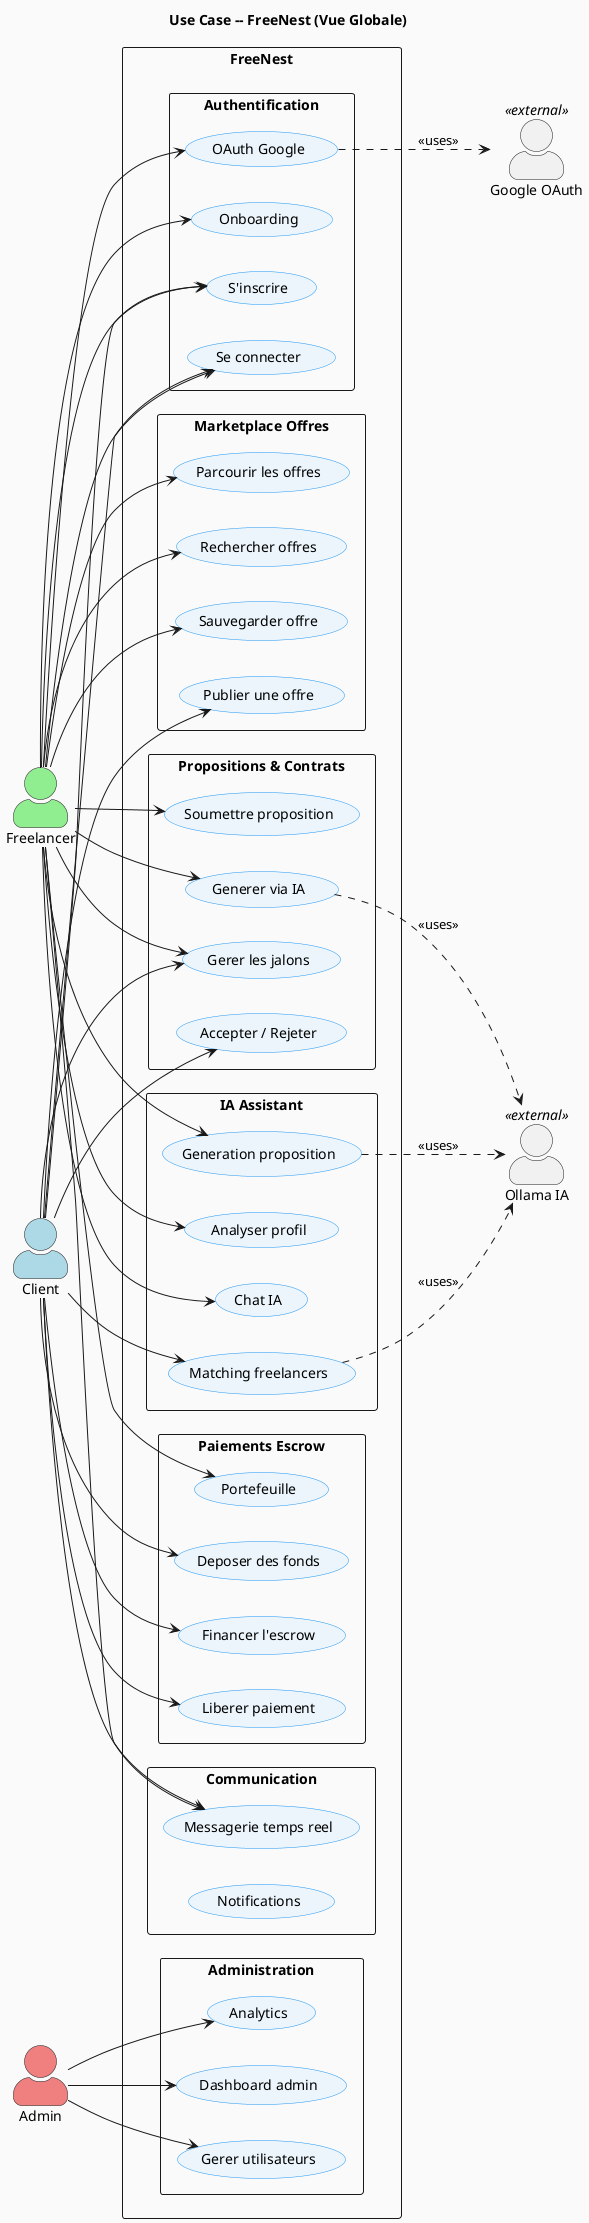
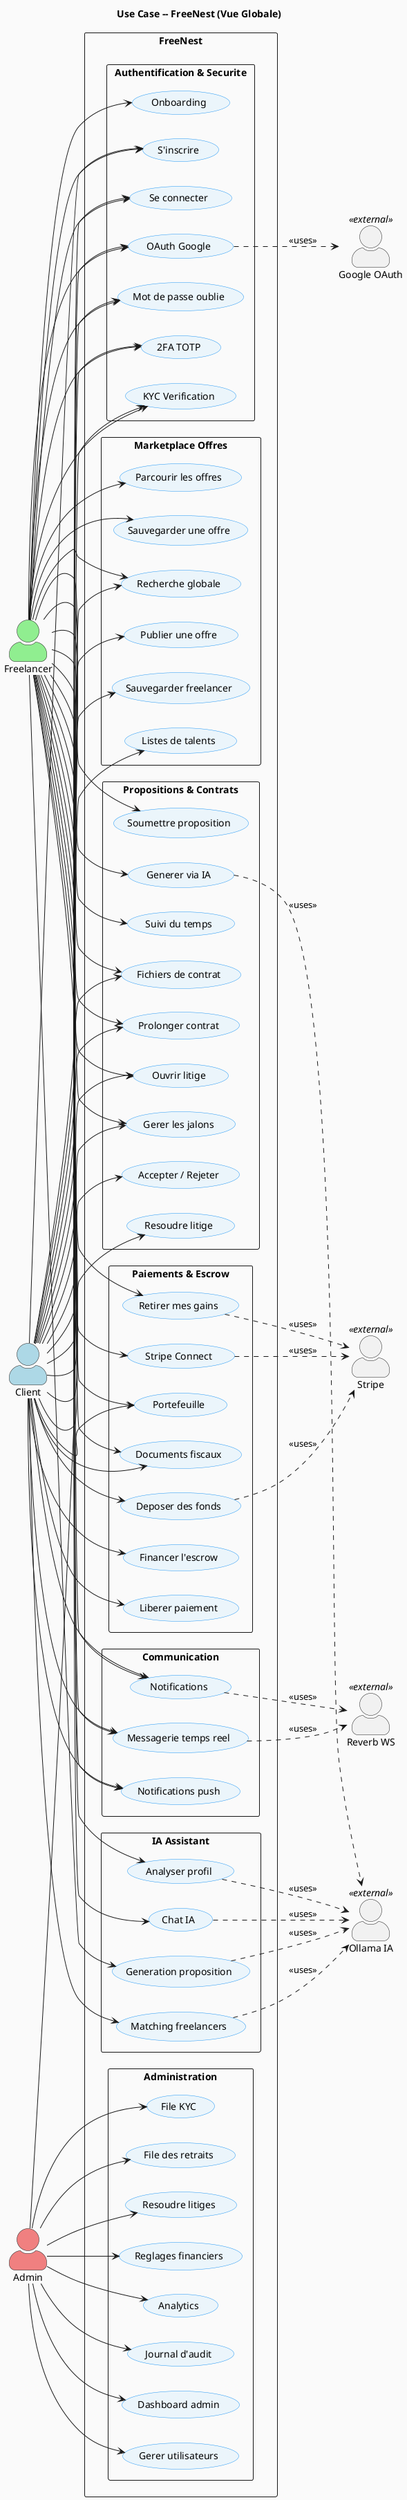
@startuml
skinparam backgroundColor #FAFAFA
skinparam actorStyle awesome
skinparam usecase {
  BackgroundColor #EBF5FB
  BorderColor #2196F3
}
skinparam packageStyle rectangle
left to right direction
title Use Case -- FreeNest (Vue Globale)

- actor "Freelancer" as FL #LightGreen
- actor "Client"     as CL #LightBlue
- actor "Admin"      as ADM #LightCoral
- actor "Google OAuth" as G <<external>>
- actor "Ollama IA"    as AI <<external>>
+ actor "Freelancer"   as FL  #LightGreen
+ actor "Client"       as CL  #LightBlue
+ actor "Admin"        as ADM #LightCoral
+ actor "Google OAuth" as G   <<external>>
+ actor "Stripe"       as STR <<external>>
+ actor "Reverb WS"    as RVB <<external>>
+ actor "Ollama IA"    as AI  <<external>>

rectangle "FreeNest" {
-   package "Authentification" {
-     (S'inscrire) as REG
-     (Se connecter) as LOGIN
-     (OAuth Google) as GOAUTH
-     (Onboarding) as ONBOARD
+   package "Authentification & Securite" {
+     (S'inscrire)              as REG
+     (Se connecter)            as LOGIN
+     (OAuth Google)            as GOAUTH
+     (Mot de passe oublie)     as FORGOT
+     (2FA TOTP)                as TFA
+     (KYC Verification)        as KYC
+     (Onboarding)              as ONBOARD
  }
  package "Marketplace Offres" {
-     (Publier une offre) as POST
-     (Parcourir les offres) as BROWSE
-     (Rechercher offres) as SEARCH
-     (Sauvegarder offre) as SAVE
+     (Publier une offre)       as POST
+     (Parcourir les offres)    as BROWSE
+     (Recherche globale)       as SEARCH
+     (Sauvegarder une offre)   as SAVEJ
+     (Sauvegarder freelancer)  as SAVEF
+     (Listes de talents)       as TLIST
  }
  package "Propositions & Contrats" {
-     (Soumettre proposition) as SUBMIT
-     (Generer via IA) as AIPR
-     (Accepter / Rejeter) as ACCEPT
-     (Gerer les jalons) as MILE
+     (Soumettre proposition)   as SUBMIT
+     (Generer via IA)          as AIPR
+     (Accepter / Rejeter)      as ACCEPT
+     (Gerer les jalons)        as MILE
+     (Suivi du temps)          as TIME
+     (Fichiers de contrat)     as CFILE
+     (Prolonger contrat)       as EXT
+     (Ouvrir litige)           as DISP
+     (Resoudre litige)         as RDISP
  }
-   package "Paiements Escrow" {
-     (Deposer des fonds) as DEP
-     (Financer l'escrow) as ESC
-     (Liberer paiement) as REL
-     (Portefeuille) as WAL
+   package "Paiements & Escrow" {
+     (Deposer des fonds)       as DEP
+     (Financer l'escrow)       as ESC
+     (Liberer paiement)        as REL
+     (Portefeuille)            as WAL
+     (Retirer mes gains)       as WD
+     (Stripe Connect)          as SC
+     (Documents fiscaux)       as TAX
  }
  package "Communication" {
-     (Messagerie temps reel) as MSG
-     (Notifications) as NOTIF
+     (Messagerie temps reel)   as MSG
+     (Notifications)           as NOTIF
+     (Notifications push)      as PUSH
  }
  package "IA Assistant" {
-     (Generation proposition) as GEN
-     (Matching freelancers) as MATCH
-     (Analyser profil) as ANAL
-     (Chat IA) as CHAT
+     (Generation proposition)  as GEN
+     (Matching freelancers)    as MATCH
+     (Analyser profil)         as ANAL
+     (Chat IA)                 as CHAT
  }
  package "Administration" {
-     (Dashboard admin) as DASH
-     (Gerer utilisateurs) as USERS
-     (Analytics) as ANALY
+     (Dashboard admin)         as DASH
+     (Gerer utilisateurs)      as USERS
+     (File KYC)                as KYCQ
+     (File des retraits)       as WDQ
+     (Resoudre litiges)        as DRES
+     (Reglages financiers)     as FSET
+     (Analytics)               as ANALY
+     (Journal d'audit)         as AUDIT
  }
}

+ ' Freelancer
FL --> REG
FL --> LOGIN
FL --> GOAUTH
+ FL --> FORGOT
+ FL --> TFA
+ FL --> KYC
FL --> ONBOARD
FL --> BROWSE
FL --> SEARCH
- FL --> SAVE
+ FL --> SAVEJ
FL --> SUBMIT
FL --> AIPR
FL --> MILE
+ FL --> TIME
+ FL --> CFILE
+ FL --> EXT
+ FL --> DISP
FL --> WAL
+ FL --> WD
+ FL --> SC
+ FL --> TAX
FL --> MSG
+ FL --> NOTIF
+ FL --> PUSH
FL --> GEN
FL --> ANAL
FL --> CHAT

+ ' Client
CL --> REG
CL --> LOGIN
+ CL --> GOAUTH
+ CL --> FORGOT
+ CL --> TFA
+ CL --> KYC
CL --> POST
+ CL --> SEARCH
+ CL --> SAVEF
+ CL --> TLIST
CL --> ACCEPT
CL --> MILE
+ CL --> CFILE
+ CL --> EXT
+ CL --> DISP
CL --> DEP
CL --> ESC
CL --> REL
+ CL --> WAL
+ CL --> TAX
CL --> MSG
+ CL --> NOTIF
+ CL --> PUSH
CL --> MATCH

+ ' Admin
ADM --> DASH
ADM --> USERS
+ ADM --> KYCQ
+ ADM --> WDQ
+ ADM --> DRES
+ ADM --> RDISP
+ ADM --> FSET
ADM --> ANALY
+ ADM --> AUDIT

- GOAUTH ..> G  : <<uses>>
- AIPR   ..> AI : <<uses>>
- MATCH  ..> AI : <<uses>>
- GEN    ..> AI : <<uses>>
- @enduml+ ' External actors
+ GOAUTH ..> G   : <<uses>>
+ DEP    ..> STR : <<uses>>
+ WD     ..> STR : <<uses>>
+ SC     ..> STR : <<uses>>
+ MSG    ..> RVB : <<uses>>
+ NOTIF  ..> RVB : <<uses>>
+ AIPR   ..> AI  : <<uses>>
+ MATCH  ..> AI  : <<uses>>
+ GEN    ..> AI  : <<uses>>
+ CHAT   ..> AI  : <<uses>>
+ ANAL   ..> AI  : <<uses>>
+ @enduml
